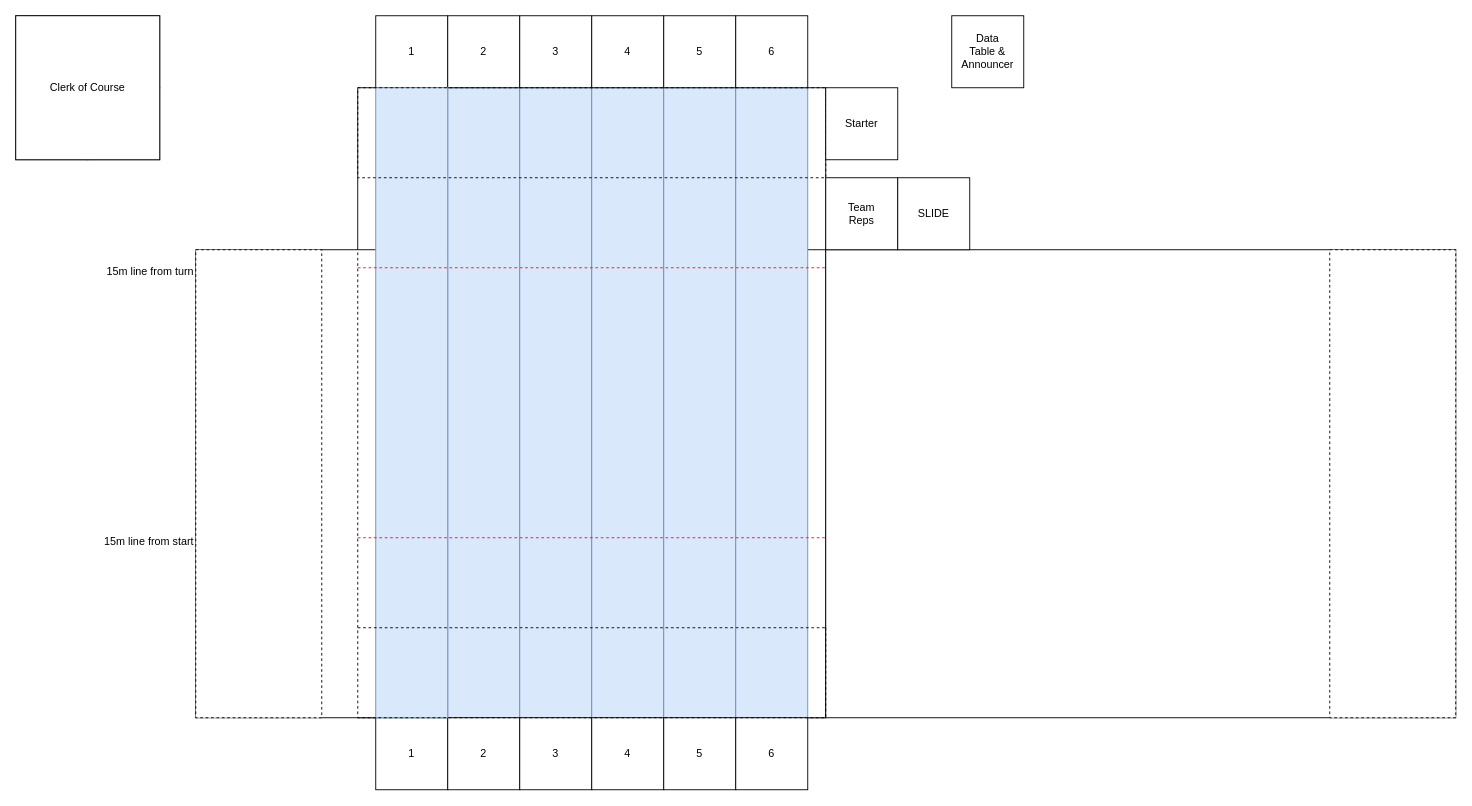
Above: images/competition-pool.drawio in dbadrak/adelphi-dolphins (draw.io), before the change. Source tidied: cells renumbered, new cells numbered last; positions are measured from the earlier drawing's top-left corner, leaving out a move shared by most shapes. Both pictures are drawn from the tidied source at 90%, with x=0, y=0 at pixel (15, -102).
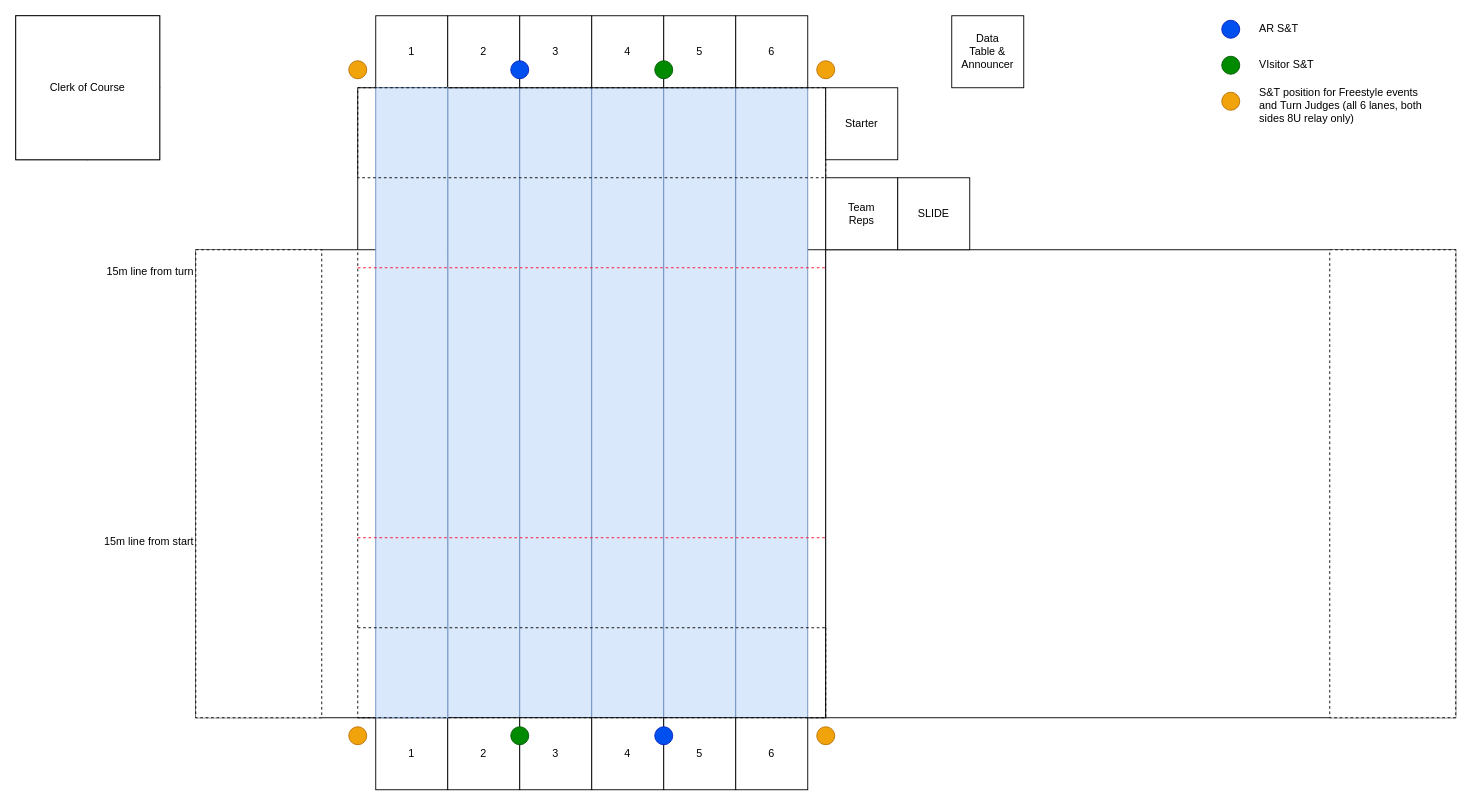
After the change.

Diff of the diagram source:
```diff
@@
+    <mxCell id="41" style="ellipse;whiteSpace=wrap;html=1;fillColor=#0050ef;fontColor=#ffffff;strokeColor=#001DBC;" parent="1" vertex="1">
+      <mxGeometry x="710" y="920" width="20" height="20" as="geometry" />
+    </mxCell>
+    <mxCell id="42" style="ellipse;whiteSpace=wrap;html=1;fillColor=#008a00;fontColor=#ffffff;strokeColor=#005700;" parent="1" vertex="1">
+      <mxGeometry x="710" y="180" width="20" height="20" as="geometry" />
+    </mxCell>
+    <mxCell id="43" style="ellipse;whiteSpace=wrap;html=1;fillColor=#0050ef;fontColor=#ffffff;strokeColor=#001DBC;" parent="1" vertex="1">
+      <mxGeometry x="550" y="180" width="20" height="20" as="geometry" />
+    </mxCell>
+    <mxCell id="44" style="ellipse;whiteSpace=wrap;html=1;fillColor=#008a00;fontColor=#ffffff;strokeColor=#005700;" parent="1" vertex="1">
+      <mxGeometry x="550" y="920" width="20" height="20" as="geometry" />
+    </mxCell>
+    <mxCell id="45" style="ellipse;whiteSpace=wrap;html=1;fillColor=#f0a30a;fontColor=#000000;strokeColor=#BD7000;" parent="1" vertex="1">
+      <mxGeometry x="890" y="180" width="20" height="20" as="geometry" />
+    </mxCell>
+    <mxCell id="46" style="ellipse;whiteSpace=wrap;html=1;fillColor=#f0a30a;fontColor=#000000;strokeColor=#BD7000;" parent="1" vertex="1">
+      <mxGeometry x="370" y="180" width="20" height="20" as="geometry" />
+    </mxCell>
+    <mxCell id="47" style="ellipse;whiteSpace=wrap;html=1;fillColor=#f0a30a;fontColor=#000000;strokeColor=#BD7000;" parent="1" vertex="1">
+      <mxGeometry x="370" y="920" width="20" height="20" as="geometry" />
+    </mxCell>
+    <mxCell id="48" style="ellipse;whiteSpace=wrap;html=1;fillColor=#f0a30a;fontColor=#000000;strokeColor=#BD7000;" parent="1" vertex="1">
+      <mxGeometry x="890" y="920" width="20" height="20" as="geometry" />
+    </mxCell>
+    <mxCell id="49" style="ellipse;whiteSpace=wrap;html=1;fillColor=#0050ef;fontColor=#ffffff;strokeColor=#001DBC;" parent="1" vertex="1">
+      <mxGeometry x="1340" y="135" width="20" height="20" as="geometry" />
+    </mxCell>
+    <mxCell id="50" style="ellipse;whiteSpace=wrap;html=1;fillColor=#f0a30a;fontColor=#000000;strokeColor=#BD7000;" parent="1" vertex="1">
+      <mxGeometry x="1340" y="215" width="20" height="20" as="geometry" />
+    </mxCell>
+    <mxCell id="51" style="ellipse;whiteSpace=wrap;html=1;fillColor=#008a00;fontColor=#ffffff;strokeColor=#005700;" parent="1" vertex="1">
+      <mxGeometry x="1340" y="175" width="20" height="20" as="geometry" />
+    </mxCell>
+    <mxCell id="52" value="AR S&amp;amp;T" style="text;html=1;align=left;verticalAlign=middle;whiteSpace=wrap;rounded=0;" parent="1" vertex="1">
+      <mxGeometry x="1380" y="130" width="130" height="30" as="geometry" />
+    </mxCell>
+    <mxCell id="53" value="VIsitor S&amp;amp;T" style="text;html=1;align=left;verticalAlign=middle;whiteSpace=wrap;rounded=0;" parent="1" vertex="1">
+      <mxGeometry x="1380" y="170" width="130" height="30" as="geometry" />
+    </mxCell>
+    <mxCell id="54" value="S&amp;amp;T position for Freestyle events&lt;br&gt;and Turn Judges (all 6 lanes, both sides 8U relay only)" style="text;html=1;align=left;verticalAlign=middle;whiteSpace=wrap;rounded=0;" parent="1" vertex="1">
+      <mxGeometry x="1380" y="215" width="190" height="30" as="geometry" />
+    </mxCell>
```
